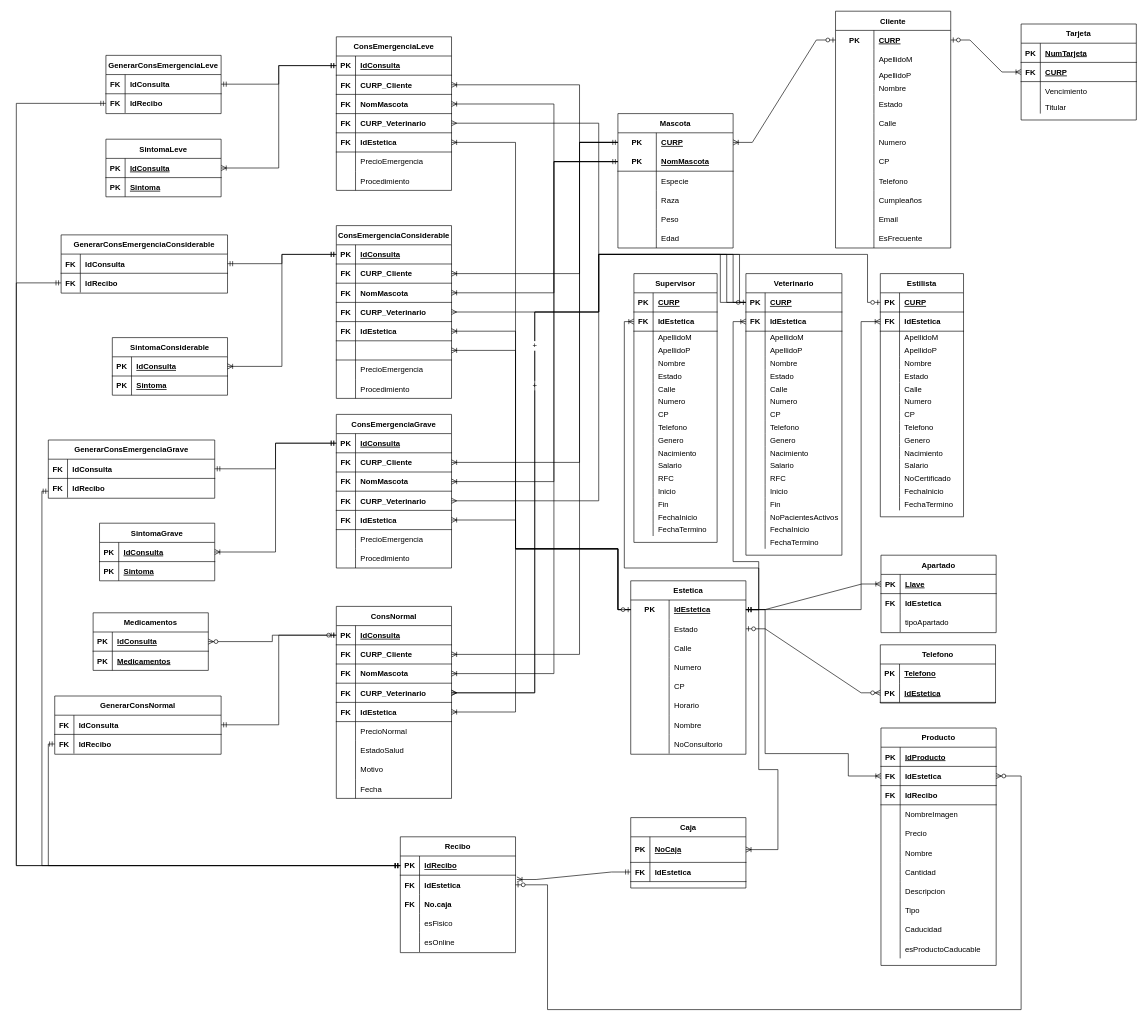
This is RelacionalAlfa.drawio from FBD-Alfa/Practica05, a draw.io file, before an edit. Source tidied: cells renumbered, new cells numbered last; positions are measured from the earlier drawing's top-left corner, leaving out a move shared by most shapes. Both pictures are drawn from the tidied source at 64%, with x=0, y=0 at pixel (16, 11).
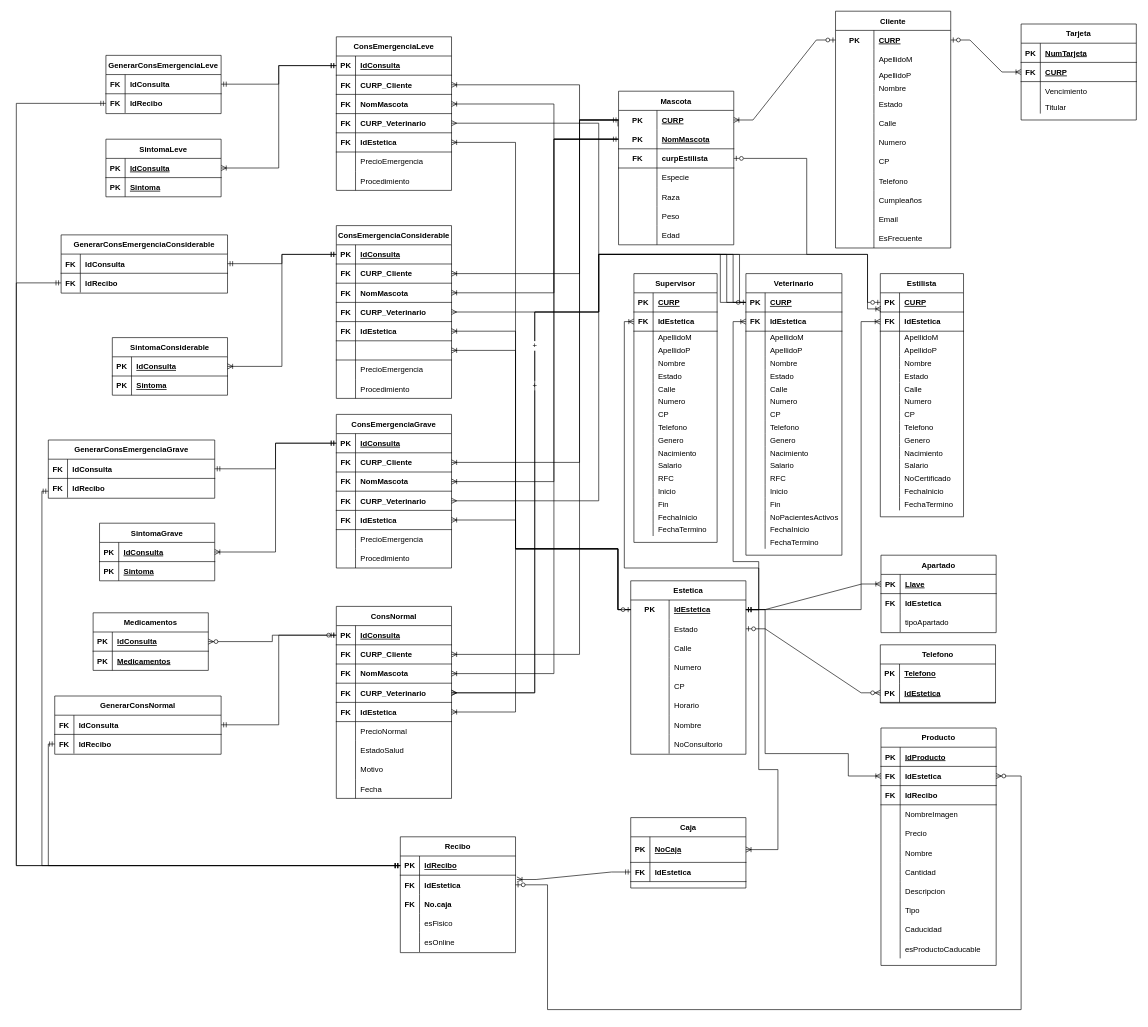
The same page after the edit.

Commit message:
Agrega curpEstilista a Mascota

Unchanged cells that the change refers to:
```xml
<mxCell id="6" style="shape=tableRow;horizontal=0;startSize=0;swimlaneHead=0;swimlaneBody=0;fillColor=none;points=[[0,0.5],[1,0.5]];portConstraint=eastwest;top=0;left=0;right=0;bottom=1;" parent="2" vertex="1">
  <mxGeometry y="60" width="180" height="30" as="geometry" />
</mxCell>
<mxCell id="9" style="shape=tableRow;horizontal=0;startSize=0;swimlaneHead=0;swimlaneBody=0;fillColor=none;points=[[0,0.5],[1,0.5]];portConstraint=eastwest;top=0;left=0;right=0;bottom=1;" parent="2" vertex="1">
  <mxGeometry y="90" width="180" height="30" as="geometry" />
</mxCell>
<mxCell id="28" style="shape=tableRow;horizontal=0;startSize=0;swimlaneHead=0;swimlaneBody=0;fillColor=none;points=[[0,0.5],[1,0.5]];portConstraint=eastwest;top=0;left=0;right=0;bottom=1;" parent="24" vertex="1">
  <mxGeometry y="60" width="180" height="30" as="geometry" />
</mxCell>
<mxCell id="31" style="shape=tableRow;horizontal=0;startSize=0;swimlaneHead=0;swimlaneBody=0;fillColor=none;points=[[0,0.5],[1,0.5]];portConstraint=eastwest;top=0;left=0;right=0;bottom=1;" parent="24" vertex="1">
  <mxGeometry y="90" width="180" height="30" as="geometry" />
</mxCell>
<mxCell id="53" style="shape=tableRow;horizontal=0;startSize=0;swimlaneHead=0;swimlaneBody=0;fillColor=none;points=[[0,0.5],[1,0.5]];portConstraint=eastwest;top=0;left=0;right=0;bottom=1;" parent="49" vertex="1">
  <mxGeometry y="60" width="180" height="30" as="geometry" />
</mxCell>
<mxCell id="56" style="shape=tableRow;horizontal=0;startSize=0;swimlaneHead=0;swimlaneBody=0;fillColor=none;points=[[0,0.5],[1,0.5]];portConstraint=eastwest;top=0;left=0;right=0;bottom=1;" parent="49" vertex="1">
  <mxGeometry y="90" width="180" height="30" as="geometry" />
</mxCell>
<mxCell id="75" style="shape=tableRow;horizontal=0;startSize=0;swimlaneHead=0;swimlaneBody=0;fillColor=none;points=[[0,0.5],[1,0.5]];portConstraint=eastwest;top=0;left=0;right=0;bottom=1;" parent="71" vertex="1">
  <mxGeometry y="60" width="180" height="30" as="geometry" />
</mxCell>
<mxCell id="78" style="shape=tableRow;horizontal=0;startSize=0;swimlaneHead=0;swimlaneBody=0;fillColor=none;points=[[0,0.5],[1,0.5]];portConstraint=eastwest;top=0;left=0;right=0;bottom=1;" parent="71" vertex="1">
  <mxGeometry y="90" width="180" height="30" as="geometry" />
</mxCell>
<mxCell id="114" style="shape=tableRow;horizontal=0;startSize=0;swimlaneHead=0;swimlaneBody=0;fillColor=none;points=[[0,0.5],[1,0.5]];portConstraint=eastwest;top=0;left=0;right=0;bottom=0;" parent="113" vertex="1">
  <mxGeometry y="30" width="180" height="30" as="geometry" />
</mxCell>
<mxCell id="117" style="shape=tableRow;horizontal=0;startSize=0;swimlaneHead=0;swimlaneBody=0;fillColor=none;points=[[0,0.5],[1,0.5]];portConstraint=eastwest;top=0;left=0;right=0;bottom=1;" parent="113" vertex="1">
  <mxGeometry y="60" width="180" height="30" as="geometry" />
</mxCell>
<mxCell id="371" style="shape=tableRow;horizontal=0;startSize=0;swimlaneHead=0;swimlaneBody=0;fillColor=none;points=[[0,0.5],[1,0.5]];portConstraint=eastwest;top=0;left=0;right=0;bottom=1;" parent="370" vertex="1">
  <mxGeometry y="30" width="130" height="30" as="geometry" />
</mxCell>
```

Diff of the diagram source:
```diff
@@
     <mxCell id="113" value="Mascota" style="shape=table;startSize=30;childLayout=tableLayout;rowLines=0;fontStyle=1;align=center;" parent="1" vertex="1">
-      <mxGeometry x="940" y="160" width="180" height="210" as="geometry" />
+      <mxGeometry x="941" y="125" width="180" height="240" as="geometry" />
     </mxCell>
@@
+    <mxCell id="526" style="shape=tableRow;horizontal=0;startSize=0;swimlaneHead=0;swimlaneBody=0;fillColor=none;points=[[0,0.5],[1,0.5]];portConstraint=eastwest;top=0;left=0;right=0;bottom=1;" parent="113" vertex="1">
+      <mxGeometry y="90" width="180" height="30" as="geometry" />
+    </mxCell>
+    <mxCell id="527" value="FK" style="shape=partialRectangle;fillColor=none;top=0;left=0;bottom=0;right=0;fontStyle=1;overflow=hidden;" parent="526" vertex="1">
+      <mxGeometry width="60" height="30" as="geometry" />
+    </mxCell>
+    <mxCell id="528" value="curpEstilista" style="shape=partialRectangle;fillColor=none;top=0;left=0;bottom=0;right=0;align=left;spacingLeft=6;fontStyle=1;overflow=hidden;" parent="526" vertex="1">
+      <mxGeometry x="60" width="120" height="30" as="geometry" />
+    </mxCell>
     <mxCell id="120" style="shape=tableRow;horizontal=0;startSize=0;swimlaneHead=0;swimlaneBody=0;fillColor=none;top=0;left=0;right=0;bottom=0;" parent="113" vertex="1">
-      <mxGeometry y="90" width="180" height="30" as="geometry" />
+      <mxGeometry y="120" width="180" height="30" as="geometry" />
     </mxCell>
@@
     <mxCell id="123" style="shape=tableRow;horizontal=0;startSize=0;swimlaneHead=0;swimlaneBody=0;fillColor=none;top=0;left=0;right=0;bottom=0;" parent="113" vertex="1">
-      <mxGeometry y="120" width="180" height="30" as="geometry" />
+      <mxGeometry y="150" width="180" height="30" as="geometry" />
     </mxCell>
@@
     <mxCell id="126" style="shape=tableRow;horizontal=0;startSize=0;swimlaneHead=0;swimlaneBody=0;fillColor=none;top=0;left=0;right=0;bottom=0;" parent="113" vertex="1">
-      <mxGeometry y="150" width="180" height="30" as="geometry" />
+      <mxGeometry y="180" width="180" height="30" as="geometry" />
     </mxCell>
@@
     <mxCell id="129" style="shape=tableRow;horizontal=0;startSize=0;swimlaneHead=0;swimlaneBody=0;fillColor=none;top=0;left=0;right=0;bottom=0;" parent="113" vertex="1">
-      <mxGeometry y="180" width="180" height="30" as="geometry" />
+      <mxGeometry y="210" width="180" height="30" as="geometry" />
     </mxCell>
@@
-    <mxCell id="194" style="edgeStyle=orthogonalEdgeStyle;fontSize=12;html=1;endArrow=ERoneToMany;startArrow=ERmandOne;rounded=0;" parent="1" edge="1" source="117" target="9">
+    <mxCell id="194" style="edgeStyle=orthogonalEdgeStyle;fontSize=12;html=1;endArrow=ERoneToMany;startArrow=ERmandOne;rounded=0;exitX=0;exitY=0.5;exitDx=0;exitDy=0;" parent="1" edge="1" source="117" target="9">
       <mxGeometry relative="1" as="geometry">
         <Array as="points">
-          <mxPoint x="840" y="235" />
+          <mxPoint x="840" y="200" />
           <mxPoint x="840" y="145" />
         </Array>
       </mxGeometry>
     </mxCell>
     <mxCell id="195" style="edgeStyle=orthogonalEdgeStyle;fontSize=12;html=1;endArrow=ERoneToMany;rounded=0;exitX=0;exitY=0.5;exitDx=0;exitDy=0;" parent="1" edge="1" source="117" target="31">
       <mxGeometry relative="1" as="geometry">
         <Array as="points">
-          <mxPoint x="840" y="235" />
+          <mxPoint x="840" y="200" />
           <mxPoint x="840" y="440" />
         </Array>
       </mxGeometry>
     </mxCell>
-    <mxCell id="196" style="edgeStyle=orthogonalEdgeStyle;fontSize=12;html=1;endArrow=ERoneToMany;rounded=0;entryX=1;entryY=0.5;entryDx=0;entryDy=0;" parent="1" edge="1" source="117" target="56">
+    <mxCell id="196" style="edgeStyle=orthogonalEdgeStyle;fontSize=12;html=1;endArrow=ERoneToMany;rounded=0;entryX=1;entryY=0.5;entryDx=0;entryDy=0;" parent="1" edge="1" target="56">
       <mxGeometry relative="1" as="geometry">
+        <mxPoint x="940" y="200" as="sourcePoint" />
         <Array as="points">
-          <mxPoint x="840" y="235" />
+          <mxPoint x="940" y="200" />
+          <mxPoint x="840" y="200" />
           <mxPoint x="840" y="735" />
         </Array>
       </mxGeometry>
     </mxCell>
-    <mxCell id="197" style="edgeStyle=orthogonalEdgeStyle;fontSize=12;html=1;endArrow=ERoneToMany;rounded=0;entryX=1;entryY=0.5;entryDx=0;entryDy=0;" parent="1" edge="1" source="117" target="78">
+    <mxCell id="197" style="edgeStyle=orthogonalEdgeStyle;fontSize=12;html=1;endArrow=ERoneToMany;rounded=0;entryX=1;entryY=0.5;entryDx=0;entryDy=0;" parent="1" edge="1" target="78">
       <mxGeometry relative="1" as="geometry">
+        <mxPoint x="940" y="200" as="sourcePoint" />
         <Array as="points">
-          <mxPoint x="840" y="235" />
+          <mxPoint x="940" y="200" />
+          <mxPoint x="840" y="200" />
           <mxPoint x="840" y="1035" />
         </Array>
       </mxGeometry>
     </mxCell>
     <mxCell id="198" style="edgeStyle=orthogonalEdgeStyle;fontSize=12;html=1;endArrow=ERoneToMany;rounded=0;exitX=0;exitY=0.5;exitDx=0;exitDy=0;entryX=1;entryY=0.5;entryDx=0;entryDy=0;" parent="1" edge="1" source="114" target="6">
       <mxGeometry relative="1" as="geometry">
         <Array as="points">
-          <mxPoint x="880" y="205" />
+          <mxPoint x="880" y="170" />
           <mxPoint x="880" y="115" />
         </Array>
       </mxGeometry>
     </mxCell>
     <mxCell id="199" style="edgeStyle=orthogonalEdgeStyle;fontSize=12;html=1;endArrow=ERoneToMany;rounded=0;exitX=0;exitY=0.5;exitDx=0;exitDy=0;entryX=1;entryY=0.5;entryDx=0;entryDy=0;" parent="1" edge="1" source="114" target="28">
       <mxGeometry relative="1" as="geometry">
         <Array as="points">
-          <mxPoint x="880" y="205" />
+          <mxPoint x="880" y="170" />
           <mxPoint x="880" y="410" />
         </Array>
       </mxGeometry>
     </mxCell>
-    <mxCell id="200" style="edgeStyle=orthogonalEdgeStyle;fontSize=12;html=1;endArrow=ERoneToMany;rounded=0;entryX=1;entryY=0.5;entryDx=0;entryDy=0;" parent="1" edge="1" source="114" target="53">
+    <mxCell id="200" style="edgeStyle=orthogonalEdgeStyle;fontSize=12;html=1;endArrow=ERoneToMany;rounded=0;entryX=1;entryY=0.5;entryDx=0;entryDy=0;" parent="1" edge="1" target="53">
       <mxGeometry relative="1" as="geometry">
+        <mxPoint x="940" y="180" as="sourcePoint" />
         <Array as="points">
-          <mxPoint x="880" y="205" />
+          <mxPoint x="940" y="170" />
+          <mxPoint x="880" y="170" />
           <mxPoint x="880" y="705" />
         </Array>
       </mxGeometry>
     </mxCell>
     <mxCell id="201" style="edgeStyle=orthogonalEdgeStyle;fontSize=12;html=1;endArrow=ERoneToMany;startArrow=ERmandOne;rounded=0;entryX=1;entryY=0.5;entryDx=0;entryDy=0;exitX=0;exitY=0.5;exitDx=0;exitDy=0;" parent="1" edge="1" source="114" target="75">
       <mxGeometry relative="1" as="geometry">
         <Array as="points">
-          <mxPoint x="880" y="205" />
+          <mxPoint x="880" y="170" />
           <mxPoint x="880" y="1005" />
         </Array>
       </mxGeometry>
     </mxCell>
@@
+    <mxCell id="529" style="edgeStyle=orthogonalEdgeStyle;rounded=0;jettySize=auto;html=1;exitX=1;exitY=0.5;exitDx=0;exitDy=0;entryX=0.008;entryY=0.839;entryDx=0;entryDy=0;startArrow=ERzeroToOne;startFill=0;endArrow=ERoneToMany;endFill=0;entryPerimeter=0;" parent="1" edge="1" source="526" target="371">
+      <mxGeometry relative="1" as="geometry">
+        <Array as="points">
+          <mxPoint x="1235" y="230" />
+          <mxPoint x="1235" y="380" />
+          <mxPoint x="1330" y="380" />
+          <mxPoint x="1330" y="465" />
+        </Array>
+      </mxGeometry>
+    </mxCell>
```
